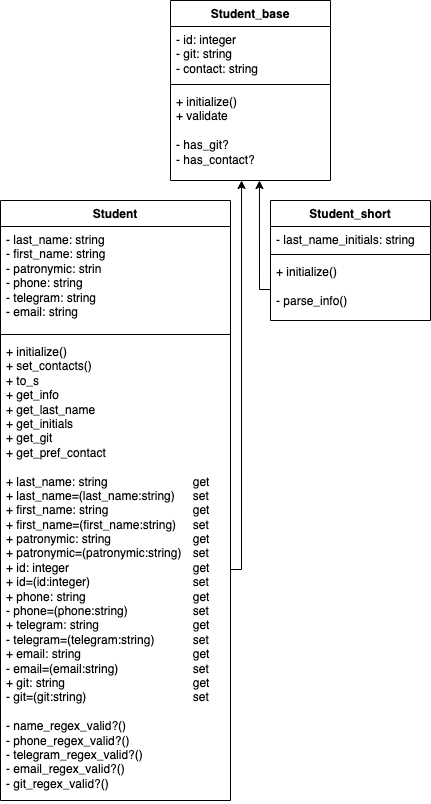
The draw.io diagram Students/UML_Student.png in MishaBlinsky/design_patterns, before a commit. Source tidied: cells renumbered, new cells last; positions are measured from the earlier drawing's top-left corner, leaving out a move shared by most shapes.
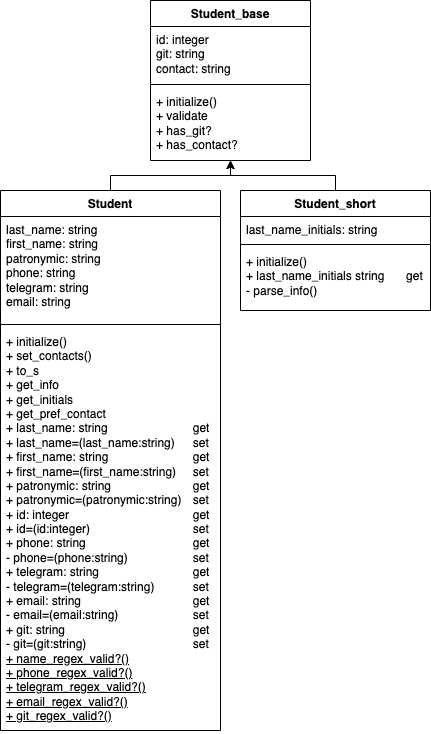
The same file after the commit.

Commit message:
Reflected changes from previous commit on UML diagram

The edit, as a diff of the source:
```diff
@@ -3,45 +3,45 @@
     <mxCell id="0" />
     <mxCell id="1" parent="0" />
     <mxCell id="2" value="Student" style="swimlane;fontStyle=1;align=center;verticalAlign=top;horizontal=1;startSize=26;whiteSpace=wrap;html=1;" parent="1" vertex="1">
-      <mxGeometry y="200" width="230" height="600" as="geometry" />
+      <mxGeometry x="-50" y="190" width="220" height="540" as="geometry" />
     </mxCell>
-    <mxCell id="3" value="- last_name: string&lt;div&gt;- first_name&lt;span style=&quot;background-color: initial;&quot;&gt;: string&lt;/span&gt;&lt;/div&gt;&lt;div&gt;- patronymic&lt;span style=&quot;background-color: initial;&quot;&gt;: strin&lt;/span&gt;&lt;/div&gt;&lt;div&gt;- phone&lt;span style=&quot;background-color: initial;&quot;&gt;: string&lt;/span&gt;&lt;/div&gt;&lt;div&gt;- telegram&lt;span style=&quot;background-color: initial;&quot;&gt;: string&lt;/span&gt;&lt;/div&gt;&lt;div&gt;- email&lt;span style=&quot;background-color: initial;&quot;&gt;: string&lt;/span&gt;&lt;/div&gt;" style="text;strokeColor=none;fillColor=none;align=left;verticalAlign=top;spacingLeft=4;spacingRight=4;overflow=hidden;whiteSpace=wrap;html=1;" parent="2" vertex="1">
-      <mxGeometry y="26" width="230" height="104" as="geometry" />
+    <mxCell id="3" value="last_name: string&lt;div&gt;first_name&lt;span style=&quot;background-color: initial;&quot;&gt;: string&lt;/span&gt;&lt;/div&gt;&lt;div&gt;patronymic&lt;span style=&quot;background-color: initial;&quot;&gt;: string&lt;/span&gt;&lt;/div&gt;&lt;div&gt;phone&lt;span style=&quot;background-color: initial;&quot;&gt;: string&lt;/span&gt;&lt;/div&gt;&lt;div&gt;telegram&lt;span style=&quot;background-color: initial;&quot;&gt;: string&lt;/span&gt;&lt;/div&gt;&lt;div&gt;email&lt;span style=&quot;background-color: initial;&quot;&gt;: string&lt;/span&gt;&lt;/div&gt;" style="text;strokeColor=none;fillColor=none;align=left;verticalAlign=top;spacingLeft=4;spacingRight=4;overflow=hidden;whiteSpace=wrap;html=1;" parent="2" vertex="1">
+      <mxGeometry y="26" width="220" height="104" as="geometry" />
     </mxCell>
     <mxCell id="4" style="line;strokeWidth=1;fillColor=none;align=left;verticalAlign=middle;spacingTop=-1;spacingLeft=3;spacingRight=3;labelPosition=right;strokeColor=inherit;" parent="2" vertex="1">
-      <mxGeometry y="130" width="230" height="8" as="geometry" />
+      <mxGeometry y="130" width="220" height="8" as="geometry" />
     </mxCell>
-    <mxCell id="5" value="+ initialize()&lt;div&gt;+ set_contacts()&lt;/div&gt;&lt;div&gt;+ to_s&lt;/div&gt;&lt;div&gt;&lt;div&gt;+&amp;nbsp;get_info&lt;/div&gt;&lt;div&gt;+ get_last_name&lt;/div&gt;&lt;div&gt;+ get_initials&lt;/div&gt;&lt;div&gt;+&amp;nbsp;get_git&lt;/div&gt;&lt;div&gt;+&amp;nbsp;get_pref_contact&lt;/div&gt;&lt;/div&gt;&lt;div&gt;&lt;br&gt;&lt;/div&gt;&lt;div style=&quot;&quot;&gt;+ last_name: string&lt;span style=&quot;white-space: pre;&quot;&gt;&#9;&lt;/span&gt;&lt;span style=&quot;white-space: pre;&quot;&gt;&#9;&lt;span style=&quot;white-space: pre;&quot;&gt;&#9;&lt;/span&gt;&lt;span style=&quot;white-space: pre;&quot;&gt;&#9;&lt;/span&gt;&lt;/span&gt;get&lt;/div&gt;&lt;div&gt;+ last_name=(last_name:string)&lt;span style=&quot;white-space: pre;&quot;&gt;&#9;&lt;/span&gt;set&lt;/div&gt;&lt;div&gt;+ first_name: string&lt;span style=&quot;white-space: pre;&quot;&gt;&#9;&lt;/span&gt;&lt;span style=&quot;white-space: pre;&quot;&gt;&#9;&lt;/span&gt;&lt;span style=&quot;white-space: pre;&quot;&gt;&#9;&lt;/span&gt;&lt;span style=&quot;white-space: pre;&quot;&gt;&#9;&lt;/span&gt;get&lt;/div&gt;&lt;div&gt;+ first_name=(first_name:string)&lt;span style=&quot;white-space: pre;&quot;&gt;&#9;&lt;/span&gt;set&lt;/div&gt;&lt;div&gt;+ patronymic: string&lt;span style=&quot;white-space: pre;&quot;&gt;&#9;&lt;/span&gt;&lt;span style=&quot;white-space: pre;&quot;&gt;&#9;&lt;/span&gt;&lt;span style=&quot;white-space: pre;&quot;&gt;&#9;&lt;/span&gt;get&lt;/div&gt;&lt;div&gt;+ patronymic=(patronymic:string)&lt;span style=&quot;white-space: pre;&quot;&gt;&#9;&lt;/span&gt;set&lt;/div&gt;&lt;div&gt;+ id: integer&lt;span style=&quot;white-space: pre;&quot;&gt;&#9;&lt;/span&gt;&lt;span style=&quot;white-space: pre;&quot;&gt;&#9;&lt;/span&gt;&lt;span style=&quot;white-space: pre;&quot;&gt;&#9;&lt;/span&gt;&lt;span style=&quot;white-space: pre;&quot;&gt;&#9;&lt;/span&gt;&lt;span style=&quot;white-space: pre;&quot;&gt;&#9;&lt;/span&gt;get&lt;/div&gt;&lt;div&gt;+ id=(id:integer)&lt;span style=&quot;white-space: pre;&quot;&gt;&#9;&lt;/span&gt;&lt;span style=&quot;white-space: pre;&quot;&gt;&#9;&lt;/span&gt;&lt;span style=&quot;white-space: pre;&quot;&gt;&#9;&lt;/span&gt;&lt;span style=&quot;white-space: pre;&quot;&gt;&#9;&lt;/span&gt;set&lt;/div&gt;&lt;div&gt;+ phone: string&lt;span style=&quot;white-space: pre;&quot;&gt;&#9;&lt;/span&gt;&lt;span style=&quot;white-space: pre;&quot;&gt;&#9;&lt;/span&gt;&lt;span style=&quot;white-space: pre;&quot;&gt;&#9;&lt;/span&gt;&lt;span style=&quot;white-space: pre;&quot;&gt;&#9;&lt;/span&gt;get&lt;/div&gt;&lt;div&gt;- phone=(phone:string)&lt;span style=&quot;white-space: pre;&quot;&gt;&#9;&lt;/span&gt;&lt;span style=&quot;white-space: pre;&quot;&gt;&#9;&lt;/span&gt;&lt;span style=&quot;white-space: pre;&quot;&gt;&#9;&lt;/span&gt;set&lt;/div&gt;&lt;div&gt;+ telegram: string&lt;span style=&quot;white-space: pre;&quot;&gt;&#9;&lt;/span&gt;&lt;span style=&quot;white-space: pre;&quot;&gt;&#9;&lt;/span&gt;&lt;span style=&quot;white-space: pre;&quot;&gt;&#9;&lt;/span&gt;&lt;span style=&quot;white-space: pre;&quot;&gt;&#9;&lt;/span&gt;get&lt;/div&gt;&lt;div&gt;- telegram=(telegram:string)&lt;span style=&quot;white-space: pre;&quot;&gt;&#9;&lt;/span&gt;&lt;span style=&quot;white-space: pre;&quot;&gt;&#9;&lt;/span&gt;set&lt;/div&gt;&lt;div&gt;+ email: string&lt;span style=&quot;white-space: pre;&quot;&gt;&#9;&lt;/span&gt;&lt;span style=&quot;white-space: pre;&quot;&gt;&#9;&lt;/span&gt;&lt;span style=&quot;white-space: pre;&quot;&gt;&#9;&lt;/span&gt;&lt;span style=&quot;white-space: pre;&quot;&gt;&#9;&lt;/span&gt;&lt;span style=&quot;white-space: pre;&quot;&gt;&#9;&lt;/span&gt;get&lt;/div&gt;&lt;div&gt;- email=(email:string)&lt;span style=&quot;white-space: pre;&quot;&gt;&#9;&lt;/span&gt;&lt;span style=&quot;white-space: pre;&quot;&gt;&#9;&lt;/span&gt;&lt;span style=&quot;white-space: pre;&quot;&gt;&#9;&lt;/span&gt;set&lt;/div&gt;&lt;div&gt;+ git: string&lt;span style=&quot;white-space: pre;&quot;&gt;&#9;&lt;/span&gt;&lt;span style=&quot;white-space: pre;&quot;&gt;&#9;&lt;/span&gt;&lt;span style=&quot;white-space: pre;&quot;&gt;&#9;&lt;/span&gt;&lt;span style=&quot;white-space: pre;&quot;&gt;&#9;&lt;/span&gt;&lt;span style=&quot;white-space: pre;&quot;&gt;&#9;&lt;/span&gt;get&lt;/div&gt;&lt;div&gt;- git=(git:string)&lt;span style=&quot;white-space: pre;&quot;&gt;&#9;&lt;/span&gt;&lt;span style=&quot;white-space: pre;&quot;&gt;&#9;&lt;/span&gt;&lt;span style=&quot;white-space: pre;&quot;&gt;&#9;&lt;/span&gt;&lt;span style=&quot;white-space: pre;&quot;&gt;&#9;&lt;/span&gt;set&lt;/div&gt;&lt;div&gt;&lt;br&gt;&lt;/div&gt;&lt;div&gt;- name_regex_valid?()&lt;/div&gt;&lt;div&gt;-&amp;nbsp;phone_regex_valid?()&lt;/div&gt;&lt;div&gt;&lt;div&gt;- telegram_regex_valid?()&lt;/div&gt;&lt;div&gt;-&amp;nbsp;email_regex_valid?()&lt;/div&gt;&lt;/div&gt;&lt;div&gt;-&amp;nbsp;git_regex_valid?()&lt;/div&gt;" style="text;strokeColor=none;fillColor=none;align=left;verticalAlign=top;spacingLeft=4;spacingRight=4;overflow=hidden;points=[[0,0.5],[1,0.5]];portConstraint=eastwest;whiteSpace=wrap;html=1;" parent="2" vertex="1">
-      <mxGeometry y="138" width="230" height="462" as="geometry" />
+    <mxCell id="5" value="+ initialize()&lt;div&gt;+ set_contacts()&lt;/div&gt;&lt;div&gt;+ to_s&lt;/div&gt;&lt;div&gt;&lt;div&gt;+&amp;nbsp;get_info&lt;/div&gt;&lt;div&gt;+ get_initials&lt;/div&gt;&lt;div&gt;+&amp;nbsp;get_pref_contact&lt;/div&gt;&lt;/div&gt;&lt;div style=&quot;&quot;&gt;+ last_name: string&lt;span style=&quot;white-space: pre;&quot;&gt;&#9;&lt;/span&gt;&lt;span style=&quot;white-space: pre;&quot;&gt;&#9;&lt;span style=&quot;white-space: pre;&quot;&gt;&#9;&lt;/span&gt;&lt;span style=&quot;white-space: pre;&quot;&gt;&#9;&lt;/span&gt;&lt;/span&gt;get&lt;/div&gt;&lt;div&gt;+ last_name=(last_name:string)&lt;span style=&quot;white-space: pre;&quot;&gt;&#9;&lt;/span&gt;set&lt;/div&gt;&lt;div&gt;+ first_name: string&lt;span style=&quot;white-space: pre;&quot;&gt;&#9;&lt;/span&gt;&lt;span style=&quot;white-space: pre;&quot;&gt;&#9;&lt;/span&gt;&lt;span style=&quot;white-space: pre;&quot;&gt;&#9;&lt;/span&gt;&lt;span style=&quot;white-space: pre;&quot;&gt;&#9;&lt;/span&gt;get&lt;/div&gt;&lt;div&gt;+ first_name=(first_name:string)&lt;span style=&quot;white-space: pre;&quot;&gt;&#9;&lt;/span&gt;set&lt;/div&gt;&lt;div&gt;+ patronymic: string&lt;span style=&quot;white-space: pre;&quot;&gt;&#9;&lt;/span&gt;&lt;span style=&quot;white-space: pre;&quot;&gt;&#9;&lt;/span&gt;&lt;span style=&quot;white-space: pre;&quot;&gt;&#9;&lt;/span&gt;get&lt;/div&gt;&lt;div&gt;+ patronymic=(patronymic:string)&lt;span style=&quot;white-space: pre;&quot;&gt;&#9;&lt;/span&gt;set&lt;/div&gt;&lt;div&gt;+ id: integer&lt;span style=&quot;white-space: pre;&quot;&gt;&#9;&lt;/span&gt;&lt;span style=&quot;white-space: pre;&quot;&gt;&#9;&lt;/span&gt;&lt;span style=&quot;white-space: pre;&quot;&gt;&#9;&lt;/span&gt;&lt;span style=&quot;white-space: pre;&quot;&gt;&#9;&lt;/span&gt;&lt;span style=&quot;white-space: pre;&quot;&gt;&#9;&lt;/span&gt;get&lt;/div&gt;&lt;div&gt;+ id=(id:integer)&lt;span style=&quot;white-space: pre;&quot;&gt;&#9;&lt;/span&gt;&lt;span style=&quot;white-space: pre;&quot;&gt;&#9;&lt;/span&gt;&lt;span style=&quot;white-space: pre;&quot;&gt;&#9;&lt;/span&gt;&lt;span style=&quot;white-space: pre;&quot;&gt;&#9;&lt;/span&gt;set&lt;/div&gt;&lt;div&gt;+ phone: string&lt;span style=&quot;white-space: pre;&quot;&gt;&#9;&lt;/span&gt;&lt;span style=&quot;white-space: pre;&quot;&gt;&#9;&lt;/span&gt;&lt;span style=&quot;white-space: pre;&quot;&gt;&#9;&lt;/span&gt;&lt;span style=&quot;white-space: pre;&quot;&gt;&#9;&lt;/span&gt;get&lt;/div&gt;&lt;div&gt;- phone=(phone:string)&lt;span style=&quot;white-space: pre;&quot;&gt;&#9;&lt;/span&gt;&lt;span style=&quot;white-space: pre;&quot;&gt;&#9;&lt;/span&gt;&lt;span style=&quot;white-space: pre;&quot;&gt;&#9;&lt;/span&gt;set&lt;/div&gt;&lt;div&gt;+ telegram: string&lt;span style=&quot;white-space: pre;&quot;&gt;&#9;&lt;/span&gt;&lt;span style=&quot;white-space: pre;&quot;&gt;&#9;&lt;/span&gt;&lt;span style=&quot;white-space: pre;&quot;&gt;&#9;&lt;/span&gt;&lt;span style=&quot;white-space: pre;&quot;&gt;&#9;&lt;/span&gt;get&lt;/div&gt;&lt;div&gt;- telegram=(telegram:string)&lt;span style=&quot;white-space: pre;&quot;&gt;&#9;&lt;/span&gt;&lt;span style=&quot;white-space: pre;&quot;&gt;&#9;&lt;/span&gt;set&lt;/div&gt;&lt;div&gt;+ email: string&lt;span style=&quot;white-space: pre;&quot;&gt;&#9;&lt;/span&gt;&lt;span style=&quot;white-space: pre;&quot;&gt;&#9;&lt;/span&gt;&lt;span style=&quot;white-space: pre;&quot;&gt;&#9;&lt;/span&gt;&lt;span style=&quot;white-space: pre;&quot;&gt;&#9;&lt;/span&gt;&lt;span style=&quot;white-space: pre;&quot;&gt;&#9;&lt;/span&gt;get&lt;/div&gt;&lt;div&gt;- email=(email:string)&lt;span style=&quot;white-space: pre;&quot;&gt;&#9;&lt;/span&gt;&lt;span style=&quot;white-space: pre;&quot;&gt;&#9;&lt;/span&gt;&lt;span style=&quot;white-space: pre;&quot;&gt;&#9;&lt;/span&gt;set&lt;/div&gt;&lt;div&gt;+ git: string&lt;span style=&quot;white-space: pre;&quot;&gt;&#9;&lt;/span&gt;&lt;span style=&quot;white-space: pre;&quot;&gt;&#9;&lt;/span&gt;&lt;span style=&quot;white-space: pre;&quot;&gt;&#9;&lt;/span&gt;&lt;span style=&quot;white-space: pre;&quot;&gt;&#9;&lt;/span&gt;&lt;span style=&quot;white-space: pre;&quot;&gt;&#9;&lt;/span&gt;get&lt;/div&gt;&lt;div&gt;- git=(git:string)&lt;span style=&quot;white-space: pre;&quot;&gt;&#9;&lt;/span&gt;&lt;span style=&quot;white-space: pre;&quot;&gt;&#9;&lt;/span&gt;&lt;span style=&quot;white-space: pre;&quot;&gt;&#9;&lt;/span&gt;&lt;span style=&quot;white-space: pre;&quot;&gt;&#9;&lt;/span&gt;set&lt;/div&gt;&lt;div&gt;&lt;u&gt;+ name_regex_valid?()&lt;/u&gt;&lt;/div&gt;&lt;div&gt;&lt;u&gt;+ phone_regex_valid?()&lt;/u&gt;&lt;/div&gt;&lt;div&gt;&lt;div&gt;&lt;u&gt;+ telegram_regex_valid?()&lt;/u&gt;&lt;/div&gt;&lt;div&gt;&lt;u&gt;+ email_regex_valid?()&lt;/u&gt;&lt;/div&gt;&lt;/div&gt;&lt;div&gt;&lt;u&gt;+ git_regex_valid?()&lt;/u&gt;&lt;/div&gt;" style="text;strokeColor=none;fillColor=none;align=left;verticalAlign=top;spacingLeft=4;spacingRight=4;overflow=hidden;points=[[0,0.5],[1,0.5]];portConstraint=eastwest;whiteSpace=wrap;html=1;" parent="2" vertex="1">
+      <mxGeometry y="138" width="220" height="402" as="geometry" />
     </mxCell>
     <mxCell id="6" value="Student_base" style="swimlane;fontStyle=1;align=center;verticalAlign=top;horizontal=1;startSize=26;whiteSpace=wrap;html=1;" parent="1" vertex="1">
-      <mxGeometry x="170" width="160" height="180" as="geometry" />
+      <mxGeometry x="100" width="160" height="160" as="geometry" />
     </mxCell>
-    <mxCell id="7" value="- id: integer&lt;div&gt;- git: string&lt;/div&gt;&lt;div&gt;- contact: string&lt;/div&gt;" style="text;strokeColor=none;fillColor=none;align=left;verticalAlign=top;spacingLeft=4;spacingRight=4;overflow=hidden;whiteSpace=wrap;html=1;" parent="6" vertex="1">
+    <mxCell id="7" value="id: integer&lt;div&gt;git: string&lt;/div&gt;&lt;div&gt;contact: string&lt;/div&gt;" style="text;strokeColor=none;fillColor=none;align=left;verticalAlign=top;spacingLeft=4;spacingRight=4;overflow=hidden;whiteSpace=wrap;html=1;" parent="6" vertex="1">
       <mxGeometry y="26" width="160" height="54" as="geometry" />
     </mxCell>
     <mxCell id="8" style="line;strokeWidth=1;fillColor=none;align=left;verticalAlign=middle;spacingTop=-1;spacingLeft=3;spacingRight=3;labelPosition=right;strokeColor=inherit;" parent="6" vertex="1">
       <mxGeometry y="80" width="160" height="8" as="geometry" />
     </mxCell>
-    <mxCell id="9" value="+ initialize()&lt;div&gt;+ validate&lt;/div&gt;&lt;div&gt;&lt;br&gt;&lt;/div&gt;&lt;div&gt;- has_git?&lt;/div&gt;&lt;div&gt;- has_contact?&lt;/div&gt;" style="text;strokeColor=none;fillColor=none;align=left;verticalAlign=top;spacingLeft=4;spacingRight=4;overflow=hidden;points=[[0,0.5],[1,0.5]];portConstraint=eastwest;whiteSpace=wrap;html=1;imageHeight=24;" parent="6" vertex="1">
-      <mxGeometry y="88" width="160" height="92" as="geometry" />
+    <mxCell id="9" value="+ initialize()&lt;div&gt;+ validate&lt;/div&gt;&lt;div&gt;+ has_git?&lt;/div&gt;&lt;div&gt;+ has_contact?&lt;/div&gt;" style="text;strokeColor=none;fillColor=none;align=left;verticalAlign=top;spacingLeft=4;spacingRight=4;overflow=hidden;points=[[0,0.5],[1,0.5]];portConstraint=eastwest;whiteSpace=wrap;html=1;imageHeight=24;" parent="6" vertex="1">
+      <mxGeometry y="88" width="160" height="72" as="geometry" />
     </mxCell>
     <mxCell id="10" value="Student_short" style="swimlane;fontStyle=1;align=center;verticalAlign=top;horizontal=1;startSize=26;whiteSpace=wrap;html=1;" parent="1" vertex="1">
-      <mxGeometry x="270" y="200" width="160" height="120" as="geometry" />
+      <mxGeometry x="190" y="190" width="190" height="120" as="geometry" />
     </mxCell>
-    <mxCell id="11" value="- last_name_initials: string" style="text;strokeColor=none;fillColor=none;align=left;verticalAlign=top;spacingLeft=4;spacingRight=4;overflow=hidden;whiteSpace=wrap;html=1;" parent="10" vertex="1">
-      <mxGeometry y="26" width="160" height="24" as="geometry" />
+    <mxCell id="11" value="last_name_initials: string" style="text;strokeColor=none;fillColor=none;align=left;verticalAlign=top;spacingLeft=4;spacingRight=4;overflow=hidden;whiteSpace=wrap;html=1;" parent="10" vertex="1">
+      <mxGeometry y="26" width="190" height="24" as="geometry" />
     </mxCell>
     <mxCell id="12" style="line;strokeWidth=1;fillColor=none;align=left;verticalAlign=middle;spacingTop=-1;spacingLeft=3;spacingRight=3;labelPosition=right;strokeColor=inherit;" parent="10" vertex="1">
-      <mxGeometry y="50" width="160" height="8" as="geometry" />
+      <mxGeometry y="50" width="190" height="8" as="geometry" />
     </mxCell>
-    <mxCell id="13" value="+ initialize()&lt;div&gt;&lt;br&gt;&lt;/div&gt;&lt;div&gt;- parse_info()&lt;/div&gt;" style="text;strokeColor=none;fillColor=none;align=left;verticalAlign=top;spacingLeft=4;spacingRight=4;overflow=hidden;points=[[0,0.5],[1,0.5]];portConstraint=eastwest;whiteSpace=wrap;html=1;" parent="10" vertex="1">
-      <mxGeometry y="58" width="160" height="62" as="geometry" />
+    <mxCell id="13" value="+ initialize()&lt;div&gt;+ last_name_initials&amp;nbsp;string&lt;span style=&quot;white-space: pre;&quot;&gt;&#9;&lt;/span&gt;get&lt;div&gt;- parse_info()&lt;/div&gt;&lt;/div&gt;" style="text;strokeColor=none;fillColor=none;align=left;verticalAlign=top;spacingLeft=4;spacingRight=4;overflow=hidden;points=[[0,0.5],[1,0.5]];portConstraint=eastwest;whiteSpace=wrap;html=1;" parent="10" vertex="1">
+      <mxGeometry y="58" width="190" height="62" as="geometry" />
     </mxCell>
-    <mxCell id="14" style="endArrow=classic;html=1;rounded=0;edgeStyle=orthogonalEdgeStyle;exitX=1;exitY=0.5;exitDx=0;exitDy=0;entryX=0.444;entryY=1;entryDx=0;entryDy=0;entryPerimeter=0;" parent="1" edge="1" source="5" target="9">
+    <mxCell id="14" style="endArrow=classic;html=1;rounded=0;edgeStyle=orthogonalEdgeStyle;exitX=0.5;exitY=0;exitDx=0;exitDy=0;" parent="1" edge="1" source="2" target="6">
       <mxGeometry relative="1" as="geometry" />
     </mxCell>
-    <mxCell id="15" style="endArrow=classic;html=1;rounded=0;edgeStyle=orthogonalEdgeStyle;exitX=0;exitY=0.5;exitDx=0;exitDy=0;entryX=0.556;entryY=1;entryDx=0;entryDy=0;entryPerimeter=0;" parent="1" edge="1" source="13" target="9">
+    <mxCell id="15" style="endArrow=classic;html=1;rounded=0;edgeStyle=orthogonalEdgeStyle;exitX=0.5;exitY=0;exitDx=0;exitDy=0;" parent="1" edge="1" source="10" target="6">
       <mxGeometry relative="1" as="geometry" />
     </mxCell>
   </root>
```
